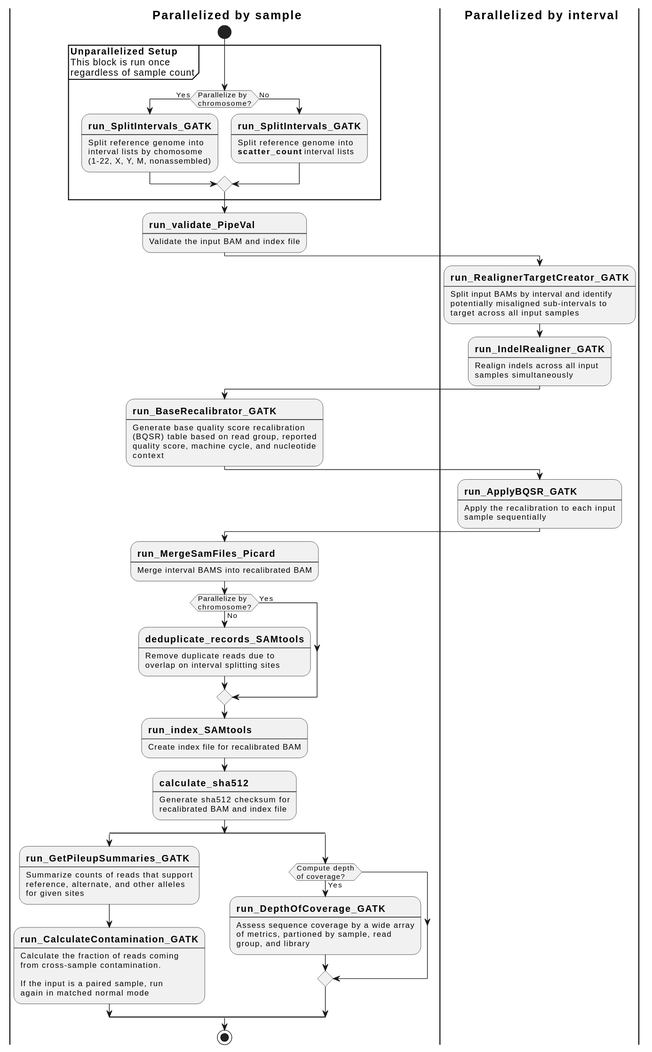
The PlantUML diagram docs/recalibrate-bam-flow.svg in uclahs-cds/pipeline-recalibrate-BAM, before a commit.
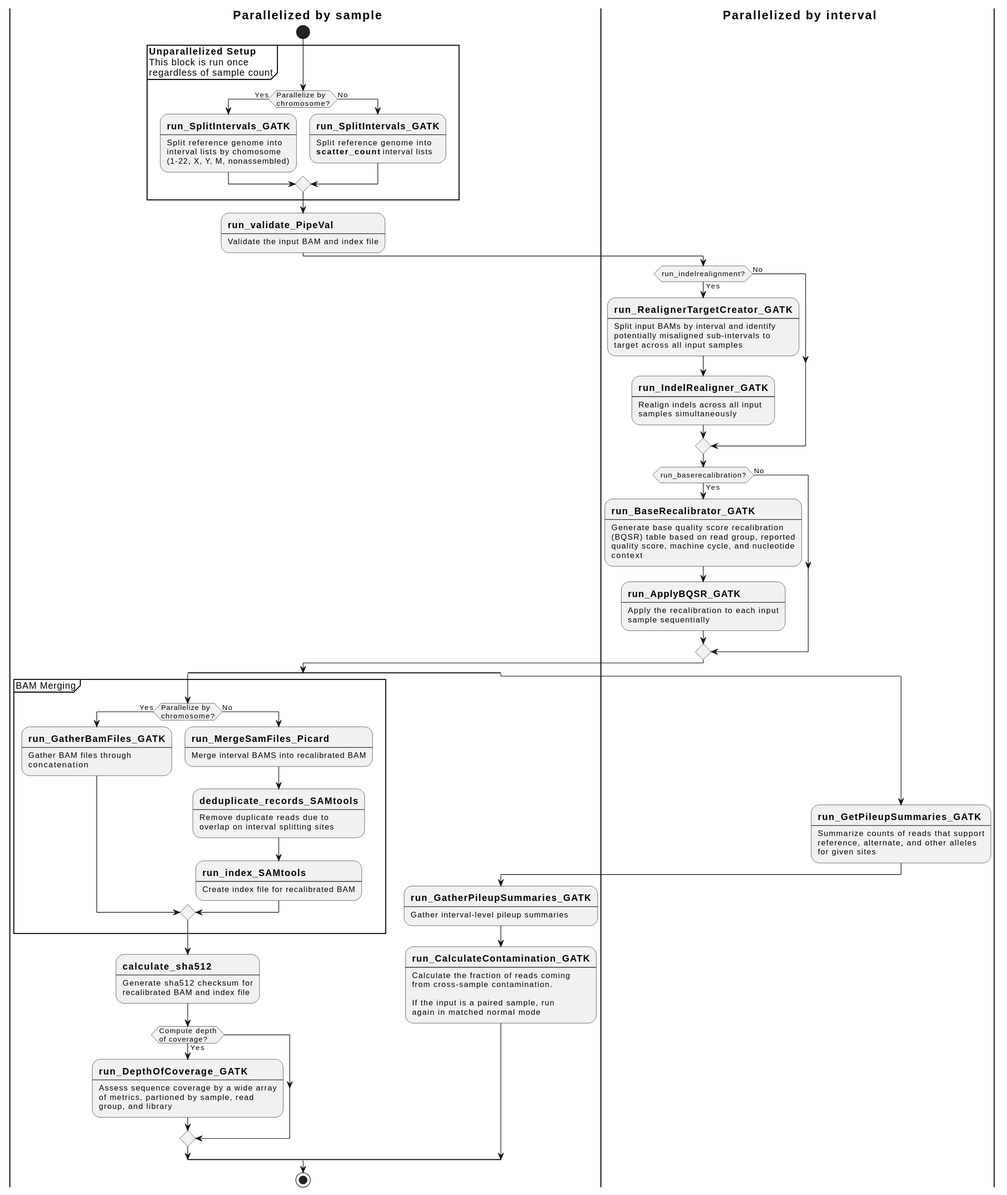
Above is the later version.

What changed in the source:
```diff
@@ -32,63 +32,85 @@
 
 
 |i|
+if (run_indelrealignment?) is (Yes) then
+    :==run_RealignerTargetCreator_GATK
+    ----
+    Split input BAMs by interval and identify
+    potentially misaligned sub-intervals to
+    target across all input samples;
 
-:==run_RealignerTargetCreator_GATK
-----
-Split input BAMs by interval and identify
-potentially misaligned sub-intervals to
-target across all input samples;
+    :==run_IndelRealigner_GATK
+    ----
+    Realign indels across all input
+    samples simultaneously;
+else (No)
+endif
 
-:==run_IndelRealigner_GATK
-----
-Realign indels across all input
-samples simultaneously;
+if (run_baserecalibration?) is (Yes) then
+    :==run_BaseRecalibrator_GATK
+    ----
+    Generate base quality score recalibration
+    (BQSR) table based on read group, reported
+    quality score, machine cycle, and nucleotide
+    context;
+
+    :==run_ApplyBQSR_GATK
+    ----
+    Apply the recalibration to each input
+    sample sequentially;
+else (No)
+endif
 
 |s|
+split
+    partition "BAM Merging" {
+        if (Parallelize by\nchromosome?) is (Yes) then
+            :==run_GatherBamFiles_GATK
+            ----
+            Gather BAM files through
+            concatenation;
+        else (No)
+            :==run_MergeSamFiles_Picard
+            ----
+            Merge interval BAMS into recalibrated BAM;
 
-:==run_BaseRecalibrator_GATK
-----
-Generate base quality score recalibration
-(BQSR) table based on read group, reported
-quality score, machine cycle, and nucleotide
-context;
+            :==deduplicate_records_SAMtools
+            ----
+            Remove duplicate reads due to
+            overlap on interval splitting sites;
 
-|i|
+            :==run_index_SAMtools
+            ----
+            Create index file for recalibrated BAM;
+        endif
+    }
 
-:==run_ApplyBQSR_GATK
-----
-Apply the recalibration to each input
-sample sequentially;
+    :==calculate_sha512
+    ----
+    Generate sha512 checksum for
+    recalibrated BAM and index file;
 
-|s|
+    if (Compute depth\nof coverage?) is (Yes) then
+        :==run_DepthOfCoverage_GATK
+        ----
+        Assess sequence coverage by a wide array
+        of metrics, partioned by sample, read
+        group, and library;
+    endif
+split again
+    |i|
 
-:==run_MergeSamFiles_Picard
-----
-Merge interval BAMS into recalibrated BAM;
-
-if (Parallelize by\nchromosome?) is (No) then
-    :==deduplicate_records_SAMtools
-    ----
-    Remove duplicate reads due to
-    overlap on interval splitting sites;
-else (Yes)
-endif
-
-:==run_index_SAMtools
-----
-Create index file for recalibrated BAM;
-
-:==calculate_sha512
-----
-Generate sha512 checksum for
-recalibrated BAM and index file;
-
-split
     :==run_GetPileupSummaries_GATK
     ----
     Summarize counts of reads that support
     reference, alternate, and other alleles
     for given sites;
+
+    |s|
+
+    :==run_GatherPileupSummaries_GATK
+    ----
+    Gather interval-level pileup summaries;
 
     :==run_CalculateContamination_GATK
     ----
@@ -97,14 +119,6 @@
 
     If the input is a paired sample, run
     again in matched normal mode;
-split again
-    if (Compute depth\nof coverage?) is (Yes) then
-        :==run_DepthOfCoverage_GATK
-        ----
-        Assess sequence coverage by a wide array
-        of metrics, partioned by sample, read
-        group, and library;
-    endif
 end split
 
 stop
```
